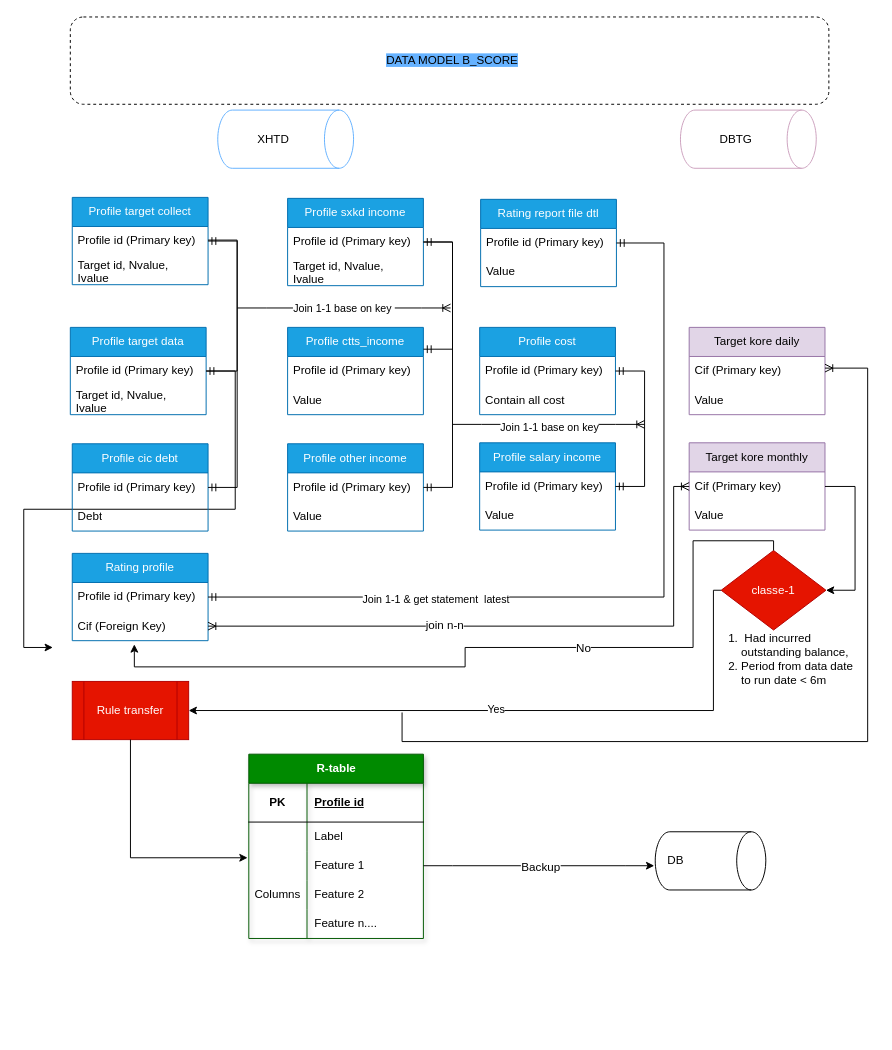
This is Data_model_Bscore.drawio from Midland-tanaka/XHTD, a draw.io file, before an edit. Source tidied: cells renumbered, new cells numbered last; positions are measured from the earlier drawing's top-left corner, leaving out a move shared by most shapes. Both pictures are drawn from the tidied source at 97%, with x=0, y=0 at pixel (52, 16).
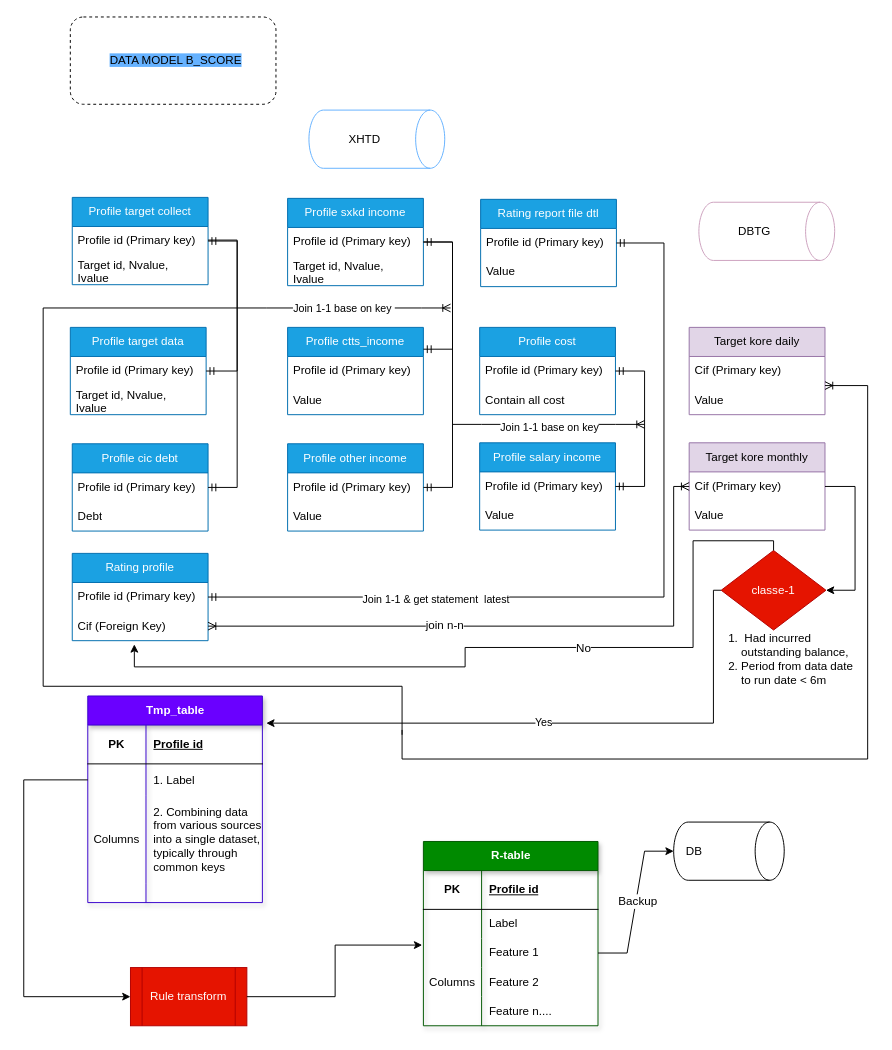
The same page after the edit.

The change refers to these unchanged cells:
```xml
<mxCell id="19" value="Profile target data" style="swimlane;fontStyle=0;horizontal=1;startSize=30;whiteSpace=wrap;html=1;strokeColor=#006EAF;fillColor=#1ba1e2;fontColor=#ffffff;" parent="1" vertex="1">
  <mxGeometry x="18" y="320" width="140" height="90" as="geometry" />
</mxCell>
<mxCell id="21" value="Profile id (Primary key)" style="text;strokeColor=none;fillColor=none;align=left;verticalAlign=middle;spacingLeft=4;spacingRight=4;overflow=hidden;points=[[0,0.5],[1,0.5]];portConstraint=eastwest;whiteSpace=wrap;html=1;" parent="19" vertex="1">
  <mxGeometry y="30" width="140" height="30" as="geometry" />
</mxCell>
<mxCell id="53" value="classe-1" style="shape=rhombus;perimeter=rhombusPerimeter;whiteSpace=wrap;html=1;align=center;fillColor=#e51400;fontColor=#ffffff;strokeColor=#B20000;direction=west;" parent="1" vertex="1">
  <mxGeometry x="689" y="550" width="108" height="82" as="geometry" />
</mxCell>
<mxCell id="64" style="shape=tableRow;horizontal=0;startSize=0;swimlaneHead=0;swimlaneBody=0;fillColor=none;points=[[0,0.5],[1,0.5]];portConstraint=eastwest;top=0;left=0;right=0;bottom=0;" parent="57" vertex="1">
  <mxGeometry y="100" width="180" height="30" as="geometry" />
</mxCell>
```

What changed in the source:
```diff
@@
     <mxCell id="3" value="XHTD" style="shape=cylinder3;whiteSpace=wrap;html=1;boundedLbl=1;backgroundOutline=1;size=15;direction=south;labelBackgroundColor=default;strokeColor=#66B2FF;" parent="1" vertex="1">
-      <mxGeometry x="170" y="96" width="140" height="60" as="geometry" />
+      <mxGeometry x="264" y="96" width="140" height="60" as="geometry" />
     </mxCell>
@@
-    <mxCell id="20" style="edgeStyle=entityRelationEdgeStyle;rounded=0;jettySize=auto;html=1;fontFamily=Helvetica;fontSize=12;fontColor=default;" parent="19" edge="1" source="21">
-      <mxGeometry relative="1" as="geometry">
-        <mxPoint x="-18" y="330" as="targetPoint" />
-      </mxGeometry>
-    </mxCell>
@@
     <mxCell id="35" value="DBTG" style="shape=cylinder3;whiteSpace=wrap;html=1;boundedLbl=1;backgroundOutline=1;size=15;direction=south;strokeColor=#CDA2BE;" parent="1" vertex="1">
-      <mxGeometry x="647" y="96" width="140" height="60" as="geometry" />
+      <mxGeometry x="666" y="191" width="140" height="60" as="geometry" />
     </mxCell>
@@
-    <mxCell id="51" style="edgeStyle=orthogonalEdgeStyle;rounded=0;jettySize=auto;html=1;" parent="1" edge="1" source="53" target="56">
+    <mxCell id="51" style="edgeStyle=orthogonalEdgeStyle;rounded=0;jettySize=auto;html=1;exitX=1;exitY=0.5;exitDx=0;exitDy=0;" parent="1" edge="1" source="53">
       <mxGeometry relative="1" as="geometry">
+        <mxPoint x="220" y="728" as="targetPoint" />
         <Array as="points">
-          <mxPoint x="681" y="715" />
+          <mxPoint x="681" y="591" />
+          <mxPoint x="681" y="728" />
         </Array>
       </mxGeometry>
     </mxCell>
@@
-    <mxCell id="56" value="Rule transfer" style="shape=process;whiteSpace=wrap;html=1;backgroundOutline=1;fillColor=#e51400;fontColor=#ffffff;strokeColor=#B20000;" parent="1" vertex="1">
-      <mxGeometry x="20" y="685" width="120" height="60" as="geometry" />
+    <mxCell id="56" value="Rule transform" style="shape=process;whiteSpace=wrap;html=1;backgroundOutline=1;fillColor=#e51400;fontColor=#ffffff;strokeColor=#B20000;" parent="1" vertex="1">
+      <mxGeometry x="80" y="980" width="120" height="60" as="geometry" />
     </mxCell>
     <mxCell id="57" value="R-table" style="shape=table;startSize=30;childLayout=tableLayout;rowLines=0;fontStyle=1;align=center;html=1;shadow=1;fillColor=#008a00;fontColor=#ffffff;strokeColor=#005700;" parent="1" vertex="1">
-      <mxGeometry x="202" y="760" width="180" height="190" as="geometry" />
+      <mxGeometry x="382" y="850" width="180" height="190" as="geometry" />
     </mxCell>
@@
     <mxCell id="74" value="DB" style="shape=cylinder3;whiteSpace=wrap;html=1;boundedLbl=1;backgroundOutline=1;size=15;strokeColor=default;align=left;verticalAlign=middle;spacingLeft=6;fontFamily=Helvetica;fontSize=12;fontColor=default;fillColor=none;direction=south;" parent="1" vertex="1">
-      <mxGeometry x="621" y="840" width="114" height="60" as="geometry" />
+      <mxGeometry x="640" y="830" width="114" height="60" as="geometry" />
     </mxCell>
-    <mxCell id="75" style="edgeStyle=entityRelationEdgeStyle;rounded=0;jettySize=auto;html=1;exitX=1;exitY=0.5;exitDx=0;exitDy=0;fontFamily=Helvetica;fontSize=12;fontColor=default;" parent="1" edge="1" source="64">
-      <mxGeometry relative="1" as="geometry">
-        <mxPoint x="620" y="875" as="targetPoint" />
-      </mxGeometry>
+    <mxCell id="75" style="edgeStyle=entityRelationEdgeStyle;rounded=0;jettySize=auto;html=1;exitX=1;exitY=0.5;exitDx=0;exitDy=0;fontFamily=Helvetica;fontSize=12;fontColor=default;entryX=0.5;entryY=1;entryDx=0;entryDy=0;entryPerimeter=0;" parent="1" edge="1" source="64" target="74">
+      <mxGeometry relative="1" as="geometry" />
     </mxCell>
@@
     <mxCell id="77" style="edgeStyle=orthogonalEdgeStyle;fontSize=12;html=1;endArrow=ERoneToMany;rounded=0;fontFamily=Helvetica;fontColor=default;entryX=1;entryY=0.5;entryDx=0;entryDy=0;" parent="1" edge="1">
       <mxGeometry relative="1" as="geometry">
-        <mxPoint x="360" y="717" as="sourcePoint" />
-        <mxPoint x="796" y="362" as="targetPoint" />
+        <mxPoint x="360" y="735" as="sourcePoint" />
+        <mxPoint x="796" y="380" as="targetPoint" />
         <Array as="points">
-          <mxPoint x="360" y="747" />
-          <mxPoint x="840" y="747" />
-          <mxPoint x="840" y="362" />
+          <mxPoint x="360" y="765" />
+          <mxPoint x="840" y="765" />
+          <mxPoint x="840" y="380" />
         </Array>
       </mxGeometry>
     </mxCell>
-    <mxCell id="78" value="&lt;span style=&quot;background-color: rgb(102, 178, 255);&quot;&gt;DATA MODEL B_SCORE&lt;/span&gt;" style="rounded=1;whiteSpace=wrap;html=1;align=center;verticalAlign=middle;spacingLeft=6;fontFamily=Helvetica;fontSize=12;dashed=1;" parent="1" vertex="1">
-      <mxGeometry x="18" width="782" height="90" as="geometry" />
+    <mxCell id="78" value="&lt;span style=&quot;background-color: rgb(102, 178, 255);&quot;&gt;DATA MODEL B_SCORE&lt;/span&gt;" style="rounded=1;whiteSpace=wrap;html=1;align=center;verticalAlign=middle;spacingLeft=6;fontFamily=Helvetica;fontSize=12;dashed=1;fontColor=#000000;" parent="1" vertex="1">
+      <mxGeometry x="18" width="212" height="90" as="geometry" />
     </mxCell>
@@
+    <mxCell id="84" value="Tmp_table" style="shape=table;startSize=30;childLayout=tableLayout;rowLines=0;fontStyle=1;align=center;html=1;shadow=1;fillColor=#6a00ff;strokeColor=#3700CC;fontColor=#ffffff;verticalAlign=middle;" parent="1" vertex="1">
+      <mxGeometry x="36" y="700" width="180" height="213" as="geometry" />
+    </mxCell>
+    <mxCell id="85" style="shape=tableRow;horizontal=0;startSize=0;swimlaneHead=0;swimlaneBody=0;fillColor=none;top=0;left=0;right=0;bottom=1;" parent="84" vertex="1">
+      <mxGeometry y="30" width="180" height="40" as="geometry" />
+    </mxCell>
+    <mxCell id="86" value="PK" style="shape=partialRectangle;fillColor=none;top=0;left=0;bottom=0;right=0;fontStyle=1;overflow=hidden;whiteSpace=wrap;html=1;" parent="85" vertex="1">
+      <mxGeometry width="60" height="40" as="geometry" />
+    </mxCell>
+    <mxCell id="87" value="Profile id" style="shape=partialRectangle;fillColor=none;top=0;left=0;bottom=0;right=0;align=left;spacingLeft=6;fontStyle=5;overflow=hidden;whiteSpace=wrap;html=1;" parent="85" vertex="1">
+      <mxGeometry x="60" width="120" height="40" as="geometry" />
+    </mxCell>
+    <mxCell id="88" style="shape=tableRow;horizontal=0;startSize=0;swimlaneHead=0;swimlaneBody=0;fillColor=none;points=[[0,0.5],[1,0.5]];portConstraint=eastwest;top=0;left=0;right=0;bottom=0;" parent="84" vertex="1">
+      <mxGeometry y="70" width="180" height="33" as="geometry" />
+    </mxCell>
+    <mxCell id="89" style="shape=partialRectangle;fillColor=none;top=0;left=0;bottom=0;right=0;overflow=hidden;whiteSpace=wrap;html=1;" parent="88" vertex="1">
+      <mxGeometry width="60" height="33" as="geometry" />
+    </mxCell>
+    <mxCell id="90" value="1. Label" style="shape=partialRectangle;fillColor=none;top=0;left=0;bottom=0;right=0;align=left;spacingLeft=6;overflow=hidden;whiteSpace=wrap;html=1;strokeWidth=0;" parent="88" vertex="1">
+      <mxGeometry x="60" width="120" height="33" as="geometry" />
+    </mxCell>
+    <mxCell id="91" style="shape=tableRow;horizontal=0;startSize=0;swimlaneHead=0;swimlaneBody=0;fillColor=none;top=0;left=0;right=0;bottom=0;" parent="84" vertex="1">
+      <mxGeometry y="103" width="180" height="90" as="geometry" />
+    </mxCell>
+    <mxCell id="92" value="Columns" style="shape=partialRectangle;fillColor=none;top=0;left=0;bottom=0;right=0;overflow=hidden;whiteSpace=wrap;html=1;" parent="91" vertex="1">
+      <mxGeometry width="60" height="90" as="geometry" />
+    </mxCell>
+    <mxCell id="93" value="2. Combining data from various sources into a single dataset, typically through common keys" style="shape=partialRectangle;fillColor=none;top=0;left=0;bottom=0;right=0;align=left;spacingLeft=6;overflow=hidden;whiteSpace=wrap;html=1;strokeWidth=0;" parent="91" vertex="1">
+      <mxGeometry x="60" width="120" height="90" as="geometry" />
+    </mxCell>
+    <mxCell id="94" style="shape=tableRow;horizontal=0;startSize=0;swimlaneHead=0;swimlaneBody=0;fillColor=none;top=0;left=0;right=0;bottom=0;" parent="84" vertex="1">
+      <mxGeometry y="193" width="180" height="20" as="geometry" />
+    </mxCell>
+    <mxCell id="95" style="shape=partialRectangle;fillColor=none;top=0;left=0;bottom=0;right=0;overflow=hidden;whiteSpace=wrap;html=1;" parent="94" vertex="1">
+      <mxGeometry width="60" height="20" as="geometry" />
+    </mxCell>
+    <mxCell id="96" style="shape=partialRectangle;fillColor=none;top=0;left=0;bottom=0;right=0;align=left;spacingLeft=6;overflow=hidden;whiteSpace=wrap;html=1;strokeWidth=0;" parent="94" vertex="1">
+      <mxGeometry x="60" width="120" height="20" as="geometry" />
+    </mxCell>
+    <mxCell id="97" style="endArrow=none;html=1;rounded=0;fontFamily=Helvetica;fontSize=12;fontColor=default;edgeStyle=orthogonalEdgeStyle;" parent="1" edge="1">
+      <mxGeometry relative="1" as="geometry">
+        <mxPoint x="190" y="300" as="sourcePoint" />
+        <mxPoint x="360" y="740" as="targetPoint" />
+        <Array as="points">
+          <mxPoint x="-10" y="300" />
+          <mxPoint x="-10" y="690" />
+          <mxPoint x="360" y="690" />
+          <mxPoint x="360" y="730" />
+        </Array>
+      </mxGeometry>
+    </mxCell>
+    <mxCell id="98" style="html=1;whiteSpace=wrap;align=right;verticalAlign=bottom;strokeColor=default;spacingLeft=6;fontFamily=Helvetica;fontSize=12;fontColor=default;fillColor=none;" parent="97" vertex="1">
+      <mxGeometry x="1" relative="1" as="geometry" />
+    </mxCell>
+    <mxCell id="99" style="edgeStyle=orthogonalEdgeStyle;rounded=0;jettySize=auto;html=1;fontFamily=Helvetica;fontSize=12;fontColor=default;entryX=0;entryY=0.5;entryDx=0;entryDy=0;" parent="1" edge="1" source="88" target="56">
+      <mxGeometry relative="1" as="geometry">
+        <Array as="points">
+          <mxPoint x="-30" y="787" />
+          <mxPoint x="-30" y="1010" />
+        </Array>
+      </mxGeometry>
+    </mxCell>
```
